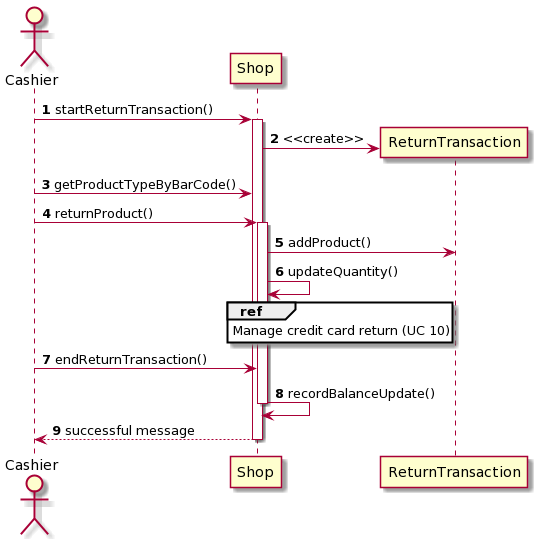
Earlier version of the PlantUML export Deliverables/Diagrams/Design/8-1-ReturnTransactionCompleted-CreditCard.png (giuliadascenzi/ezshop_SEproject).
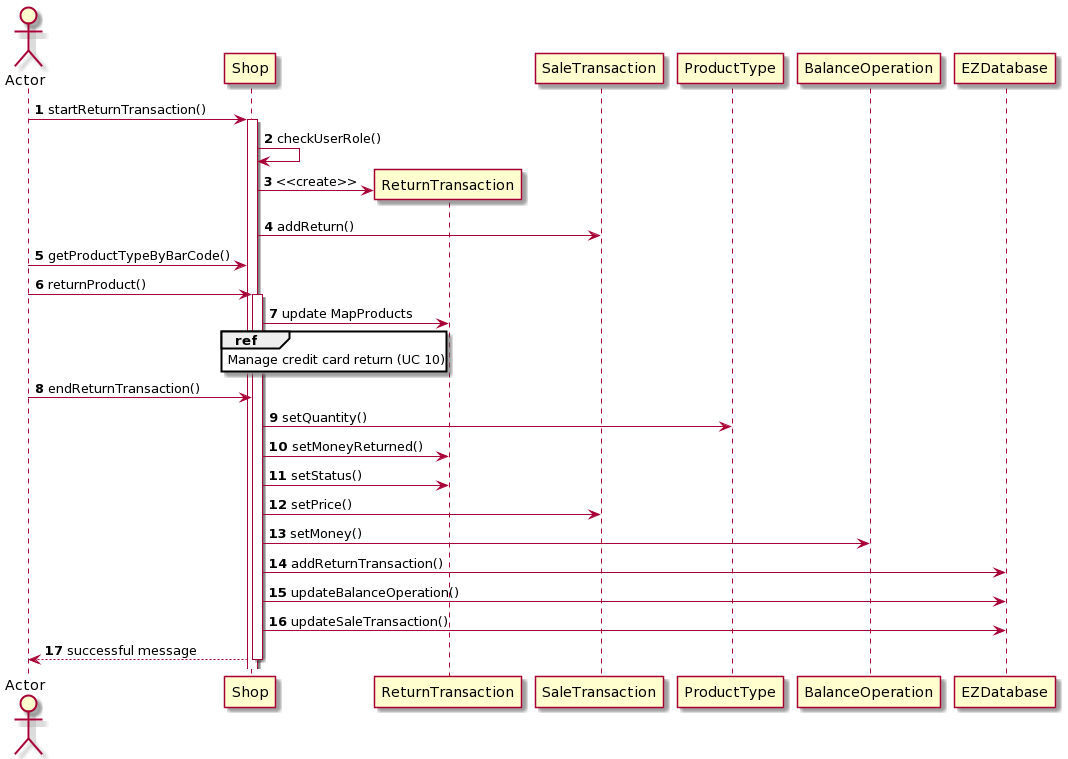
The same diagram one commit later.

Diff of the diagram source:
```diff
@@ -1,14 +1,22 @@
 @startuml
 autonumber
-actor Cashier
-Cashier -> Shop ++ : startReturnTransaction()
+actor Actor
+Actor -> Shop ++ : startReturnTransaction()
+Shop -> Shop: checkUserRole()
 Shop -> ReturnTransaction ** : <<create>>
-Cashier -> Shop : getProductTypeByBarCode()
-Cashier -> Shop ++ : returnProduct()
-Shop -> ReturnTransaction : addProduct()
-Shop -> Shop : updateQuantity()
+Shop -> SaleTransaction: addReturn()
+Actor -> Shop : getProductTypeByBarCode()
+Actor -> Shop ++ : returnProduct()
+Shop -> ReturnTransaction : update MapProducts
 ref over Shop : Manage credit card return (UC 10)
-Cashier -> Shop -- : endReturnTransaction()
-Shop -> Shop -- : recordBalanceUpdate()
-Shop --> Cashier -- : successful message
+Actor -> Shop -- : endReturnTransaction()
+Shop-> ProductType : setQuantity()
+Shop->ReturnTransaction: setMoneyReturned()
+Shop->ReturnTransaction: setStatus()
+Shop->SaleTransaction: setPrice()
+Shop->BalanceOperation: setMoney()
+Shop->EZDatabase: addReturnTransaction()
+Shop->EZDatabase: updateBalanceOperation()
+Shop->EZDatabase: updateSaleTransaction()
+Shop --> Actor -- : successful message
 @enduml
```
